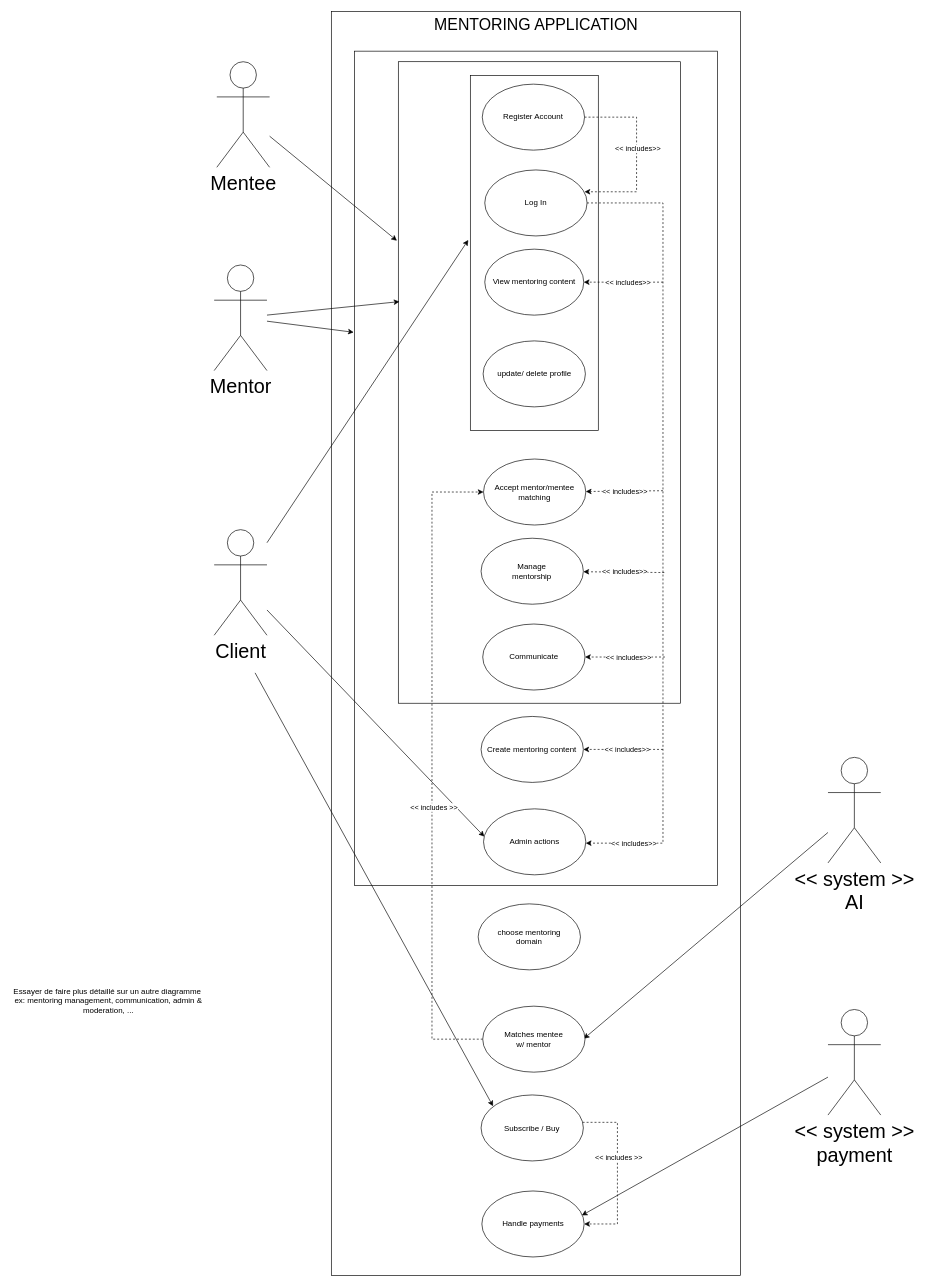
TomPlr/oc-java-projet-3-fuzescrum keeps this draw.io diagram as page "Use case diagram" (3 of 5) of oc-fuzescrum-diagrams.drawio. Above is the earlier version. Source tidied: cells renumbered, new cells numbered last; positions are measured from the earlier drawing's top-left corner, leaving out a move shared by most shapes. Both pictures are drawn from the tidied source at 66%, with x=0, y=0 at pixel (11, 11).
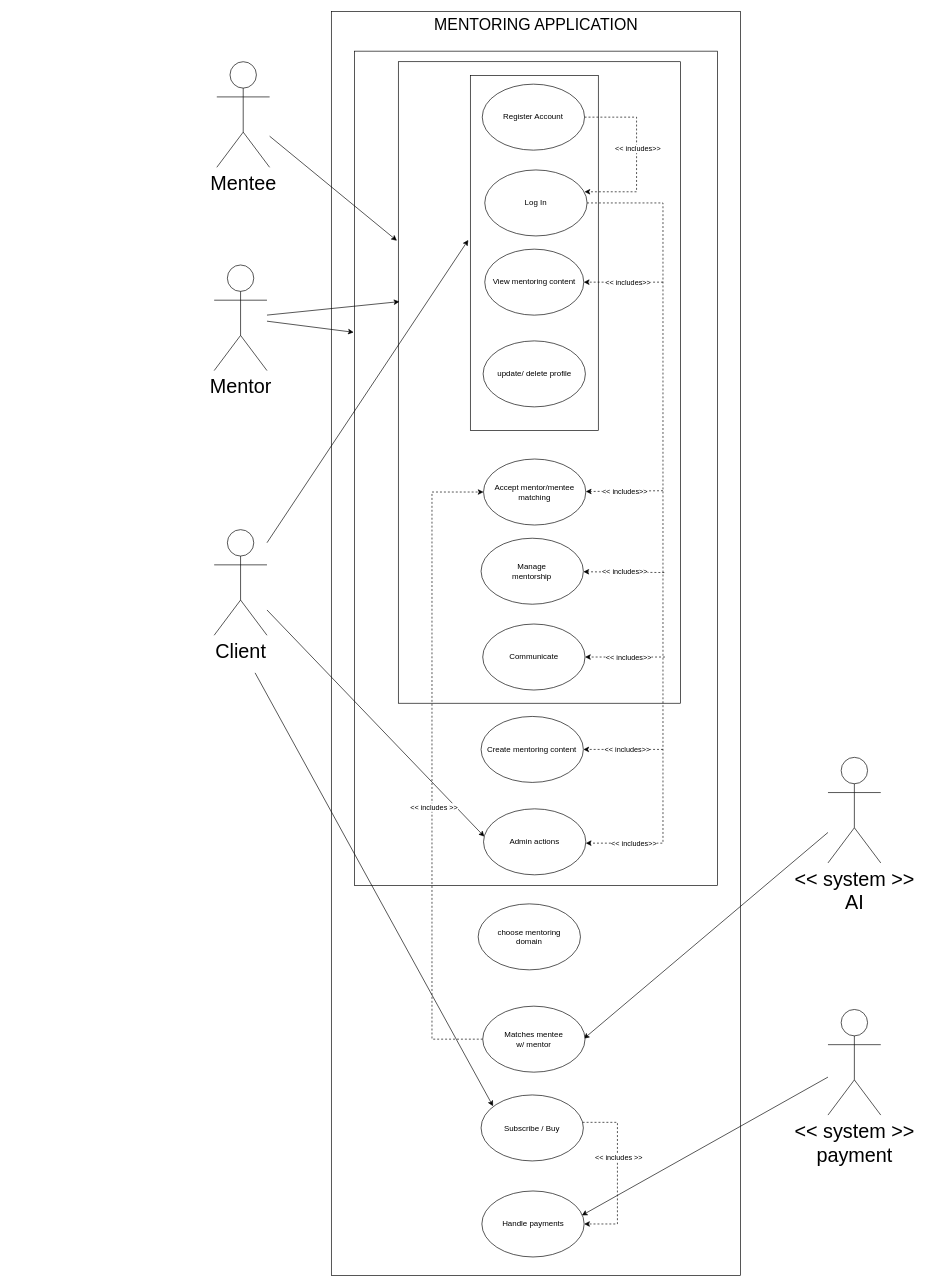
Above is the later version.

What changed in the source:
```diff
@@
-    <mxCell id="42" value="Essayer de faire plus détaillé sur un autre diagramme&amp;nbsp;&lt;br&gt;ex: mentoring management, communication, admin &amp;amp; moderation, ..." style="text;html=1;strokeColor=none;fillColor=none;align=center;verticalAlign=middle;whiteSpace=wrap;rounded=0;" parent="1" vertex="1">
-      <mxGeometry y="1456" width="294" height="85" as="geometry" />
-    </mxCell>
```
